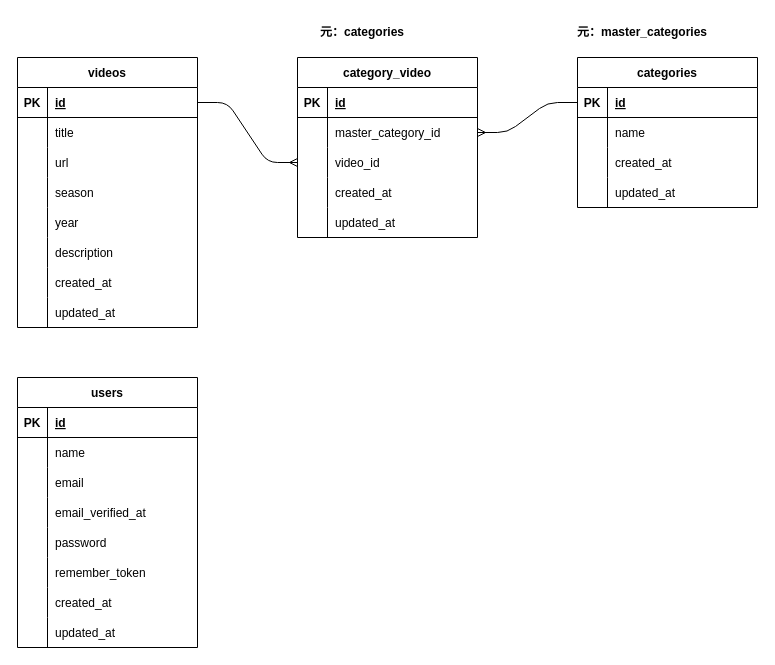
Above: videolibrary_er.drawio in 0gravity000/videolibrary (draw.io), before the change. Source tidied: cells renumbered, new cells numbered last; positions are measured from the earlier drawing's top-left corner, leaving out a move shared by most shapes. Both pictures are drawn from the tidied source at 100%, with x=0, y=0 at pixel (17, 17).
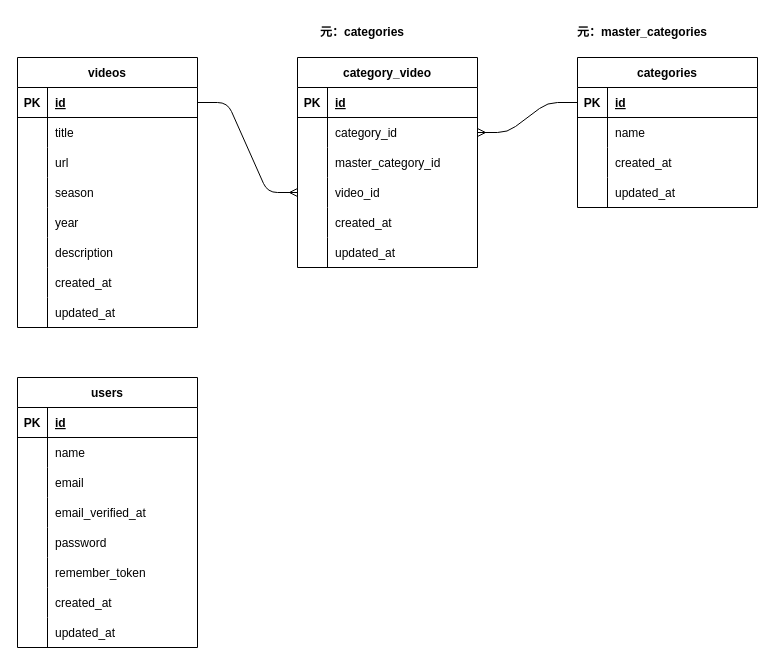
The same page after the edit.

The change refers to these unchanged cells:
```xml
<mxCell id="31" style="shape=partialRectangle;fillColor=none;top=0;left=0;bottom=0;right=0;points=[[0,0.5],[1,0.5]];portConstraint=eastwest;" parent="27" vertex="1">
  <mxGeometry y="60" width="180" height="30" as="geometry" />
</mxCell>
```

What changed in the source:
```diff
@@
     <mxCell id="27" value="category_video" style="shape=table;startSize=30;childLayout=tableLayout;rowLines=0;fontStyle=1;align=center;" parent="1" vertex="1">
-      <mxGeometry x="280" y="40" width="180" height="180" as="geometry" />
+      <mxGeometry x="280" y="40" width="180" height="210" as="geometry" />
     </mxCell>
@@
-    <mxCell id="33" value="master_category_id" style="shape=partialRectangle;fillColor=none;top=0;left=0;bottom=0;right=0;align=left;spacingLeft=6;overflow=hidden;" parent="31" vertex="1">
+    <mxCell id="33" value="category_id" style="shape=partialRectangle;fillColor=none;top=0;left=0;bottom=0;right=0;align=left;spacingLeft=6;overflow=hidden;" parent="31" vertex="1">
       <mxGeometry x="30" width="150" height="30" as="geometry" />
     </mxCell>
+    <mxCell id="85" style="shape=partialRectangle;fillColor=none;top=0;left=0;bottom=0;right=0;" parent="27" vertex="1">
+      <mxGeometry y="90" width="180" height="30" as="geometry" />
+    </mxCell>
+    <mxCell id="86" style="shape=partialRectangle;fillColor=none;top=0;left=0;bottom=0;right=0;overflow=hidden;" parent="85" vertex="1">
+      <mxGeometry width="30" height="30" as="geometry" />
+    </mxCell>
+    <mxCell id="87" value="master_category_id" style="shape=partialRectangle;fillColor=none;top=0;left=0;bottom=0;right=0;align=left;spacingLeft=6;overflow=hidden;" parent="85" vertex="1">
+      <mxGeometry x="30" width="150" height="30" as="geometry" />
+    </mxCell>
     <mxCell id="34" style="shape=partialRectangle;fillColor=none;top=0;left=0;bottom=0;right=0;points=[[0,0.5],[1,0.5]];portConstraint=eastwest;" parent="27" vertex="1">
-      <mxGeometry y="90" width="180" height="30" as="geometry" />
+      <mxGeometry y="120" width="180" height="30" as="geometry" />
     </mxCell>
@@
     <mxCell id="37" style="shape=partialRectangle;fillColor=none;top=0;left=0;bottom=0;right=0;" parent="27" vertex="1">
-      <mxGeometry y="120" width="180" height="30" as="geometry" />
+      <mxGeometry y="150" width="180" height="30" as="geometry" />
     </mxCell>
@@
     <mxCell id="40" style="shape=partialRectangle;fillColor=none;top=0;left=0;bottom=0;right=0;" parent="27" vertex="1">
-      <mxGeometry y="150" width="180" height="30" as="geometry" />
+      <mxGeometry y="180" width="180" height="30" as="geometry" />
     </mxCell>
```
